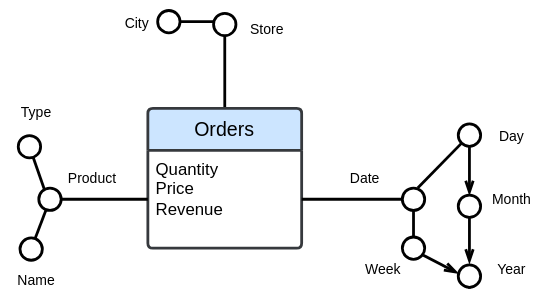
The draw.io diagram DSD/src/img/dimensions.svg in Slocon00/DSS-2526-notes, before a commit. Source tidied: cells renumbered, new cells last; positions are measured from the earlier drawing's top-left corner, leaving out a move shared by most shapes. The source it was exported from:
```xml
<mxGraphModel>
  <root>
    <mxCell id="0" />
    <mxCell id="1" parent="0" />
    <mxCell id="2" style="edgeStyle=orthogonalEdgeStyle;rounded=0;jettySize=auto;html=1;endArrow=circle;endFill=0;strokeWidth=2;" parent="1" edge="1" source="3">
      <mxGeometry relative="1" as="geometry">
        <mxPoint x="160" y="6" as="targetPoint" />
      </mxGeometry>
    </mxCell>
    <mxCell id="3" value="Orders" style="swimlane;horizontal=1;startSize=30;rounded=1;fontSize=14;fontStyle=0;strokeWidth=2;shadow=0;dashed=0;align=center;arcSize=4;whiteSpace=wrap;html=1;fillColor=#cce5ff;strokeColor=#36393d;" parent="1" vertex="1">
      <mxGeometry x="105" y="76" width="110" height="100" as="geometry" />
    </mxCell>
    <mxCell id="4" value="Quantity&lt;br&gt;Price&lt;br&gt;&lt;div&gt;Revenue&lt;/div&gt;" style="align=left;strokeColor=none;fillColor=none;spacingLeft=4;fontSize=12;verticalAlign=top;html=1;" parent="3" vertex="1">
      <mxGeometry y="30" width="110" height="70" as="geometry" />
    </mxCell>
    <mxCell id="5" value="Store" style="text;html=1;align=center;verticalAlign=middle;strokeColor=none;fillColor=none;fontSize=10;" parent="1" vertex="1">
      <mxGeometry x="165" y="4" width="50" height="30" as="geometry" />
    </mxCell>
    <mxCell id="6" style="edgeStyle=orthogonalEdgeStyle;rounded=0;jettySize=auto;html=1;endArrow=circle;endFill=0;strokeWidth=2;" parent="1" edge="1" source="4">
      <mxGeometry relative="1" as="geometry">
        <mxPoint x="305" y="141" as="targetPoint" />
      </mxGeometry>
    </mxCell>
    <mxCell id="7" value="Date" style="text;html=1;align=center;verticalAlign=middle;strokeColor=none;fillColor=none;fontSize=10;" parent="1" vertex="1">
      <mxGeometry x="240" y="111" width="40" height="30" as="geometry" />
    </mxCell>
    <mxCell id="8" style="endArrow=circle;html=1;rounded=0;strokeWidth=2;endFill=0;" parent="1" edge="1">
      <mxGeometry relative="1" as="geometry">
        <mxPoint x="298" y="133" as="sourcePoint" />
        <mxPoint x="342" y="88" as="targetPoint" />
      </mxGeometry>
    </mxCell>
    <mxCell id="9" value="Day" style="text;html=1;align=center;verticalAlign=middle;strokeColor=none;fillColor=none;fontSize=10;" parent="1" vertex="1">
      <mxGeometry x="345" y="81" width="40" height="30" as="geometry" />
    </mxCell>
    <mxCell id="10" style="endArrow=circle;html=1;rounded=0;strokeWidth=2;endFill=0;" parent="1" edge="1">
      <mxGeometry relative="1" as="geometry">
        <mxPoint x="295" y="149" as="sourcePoint" />
        <mxPoint x="295" y="186" as="targetPoint" />
      </mxGeometry>
    </mxCell>
    <mxCell id="11" value="Week" style="text;html=1;align=center;verticalAlign=middle;strokeColor=none;fillColor=none;fontSize=10;" parent="1" vertex="1">
      <mxGeometry x="248" y="176" width="50" height="30" as="geometry" />
    </mxCell>
    <mxCell id="12" value="Month" style="text;html=1;align=center;verticalAlign=middle;strokeColor=none;fillColor=none;fontSize=10;" parent="1" vertex="1">
      <mxGeometry x="340" y="126" width="50" height="30" as="geometry" />
    </mxCell>
    <mxCell id="13" value="Year" style="text;html=1;align=center;verticalAlign=middle;strokeColor=none;fillColor=none;fontSize=10;" parent="1" vertex="1">
      <mxGeometry x="345" y="176" width="40" height="30" as="geometry" />
    </mxCell>
    <mxCell id="14" style="endArrow=openThin;html=1;rounded=0;strokeWidth=2;endFill=0;" parent="1" edge="1">
      <mxGeometry relative="1" as="geometry">
        <mxPoint x="335" y="103" as="sourcePoint" />
        <mxPoint x="335" y="138" as="targetPoint" />
      </mxGeometry>
    </mxCell>
    <mxCell id="15" style="endArrow=circle;html=1;rounded=0;strokeWidth=2;endFill=0;startArrow=openThin;startFill=0;" parent="1" edge="1">
      <mxGeometry relative="1" as="geometry">
        <mxPoint x="335" y="187" as="sourcePoint" />
        <mxPoint x="335" y="136" as="targetPoint" />
      </mxGeometry>
    </mxCell>
    <mxCell id="16" style="endArrow=circle;html=1;rounded=0;strokeWidth=2;endFill=0;startArrow=none;startFill=0;" parent="1" edge="1">
      <mxGeometry relative="1" as="geometry">
        <mxPoint x="335" y="205" as="sourcePoint" />
        <mxPoint x="335" y="186" as="targetPoint" />
      </mxGeometry>
    </mxCell>
    <mxCell id="17" style="endArrow=none;html=1;rounded=0;startArrow=openThin;startFill=0;strokeWidth=2;" parent="1" edge="1">
      <mxGeometry relative="1" as="geometry">
        <mxPoint x="327" y="194" as="sourcePoint" />
        <mxPoint x="302" y="181" as="targetPoint" />
      </mxGeometry>
    </mxCell>
    <mxCell id="18" style="edgeStyle=orthogonalEdgeStyle;rounded=0;jettySize=auto;html=1;endArrow=circle;endFill=0;strokeWidth=2;" parent="1" edge="1" source="4">
      <mxGeometry relative="1" as="geometry">
        <mxPoint x="25" y="141" as="targetPoint" />
      </mxGeometry>
    </mxCell>
    <mxCell id="19" value="Product" style="text;html=1;align=center;verticalAlign=middle;strokeColor=none;fillColor=none;fontSize=10;" parent="1" vertex="1">
      <mxGeometry x="35" y="111" width="60" height="30" as="geometry" />
    </mxCell>
    <mxCell id="20" style="endArrow=circle;html=1;rounded=0;strokeWidth=2;startArrow=none;startFill=0;endFill=0;" parent="1" edge="1">
      <mxGeometry relative="1" as="geometry">
        <mxPoint x="32" y="149" as="sourcePoint" />
        <mxPoint x="18" y="186" as="targetPoint" />
      </mxGeometry>
    </mxCell>
    <mxCell id="21" value="Name" style="text;html=1;align=center;verticalAlign=middle;strokeColor=none;fillColor=none;fontSize=10;" parent="1" vertex="1">
      <mxGeometry y="184" width="50" height="30" as="geometry" />
    </mxCell>
    <mxCell id="22" value="City" style="text;html=1;align=center;verticalAlign=middle;strokeColor=none;fillColor=none;fontSize=10;" parent="1" vertex="1">
      <mxGeometry x="77" width="40" height="30" as="geometry" />
    </mxCell>
    <mxCell id="23" style="endArrow=circle;html=1;rounded=0;strokeWidth=2;startArrow=none;startFill=0;endFill=0;" parent="1" edge="1">
      <mxGeometry relative="1" as="geometry">
        <mxPoint x="152" y="14" as="sourcePoint" />
        <mxPoint x="110" y="14" as="targetPoint" />
      </mxGeometry>
    </mxCell>
    <mxCell id="24" style="endArrow=circle;html=1;rounded=0;strokeWidth=2;startArrow=none;startFill=0;endFill=0;" parent="1" edge="1">
      <mxGeometry relative="1" as="geometry">
        <mxPoint x="31" y="134" as="sourcePoint" />
        <mxPoint x="17" y="94" as="targetPoint" />
      </mxGeometry>
    </mxCell>
    <mxCell id="25" value="Type" style="text;html=1;align=center;verticalAlign=middle;strokeColor=none;fillColor=none;fontSize=10;" parent="1" vertex="1">
      <mxGeometry y="64" width="50" height="30" as="geometry" />
    </mxCell>
  </root>
</mxGraphModel>
```
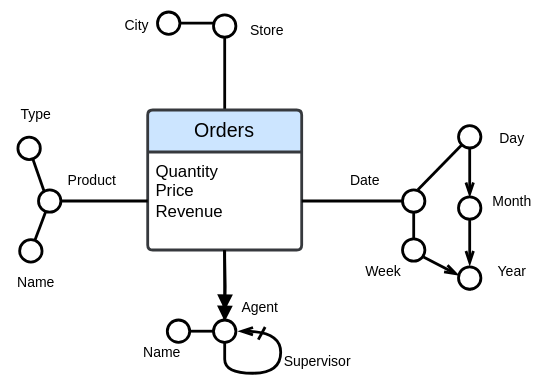
The same diagram one commit later.

Change to the diagram source:
```diff
@@ -7,6 +7,11 @@
         <mxPoint x="160" y="6" as="targetPoint" />
       </mxGeometry>
     </mxCell>
+    <mxCell id="26" style="edgeStyle=orthogonalEdgeStyle;rounded=0;jettySize=auto;html=1;strokeWidth=2;endArrow=circle;endFill=0;" parent="1" edge="1" source="3">
+      <mxGeometry relative="1" as="geometry">
+        <mxPoint x="160" y="244" as="targetPoint" />
+      </mxGeometry>
+    </mxCell>
     <mxCell id="3" value="Orders" style="swimlane;horizontal=1;startSize=30;rounded=1;fontSize=14;fontStyle=0;strokeWidth=2;shadow=0;dashed=0;align=center;arcSize=4;whiteSpace=wrap;html=1;fillColor=#cce5ff;strokeColor=#36393d;" parent="1" vertex="1">
       <mxGeometry x="105" y="76" width="110" height="100" as="geometry" />
     </mxCell>
@@ -107,5 +112,44 @@
     <mxCell id="25" value="Type" style="text;html=1;align=center;verticalAlign=middle;strokeColor=none;fillColor=none;fontSize=10;" parent="1" vertex="1">
       <mxGeometry y="64" width="50" height="30" as="geometry" />
     </mxCell>
+    <mxCell id="27" value="Agent" style="text;html=1;align=center;verticalAlign=middle;strokeColor=none;fillColor=none;fontSize=10;" parent="1" vertex="1">
+      <mxGeometry x="160" y="202" width="50" height="30" as="geometry" />
+    </mxCell>
+    <mxCell id="28" style="endArrow=circle;html=1;rounded=0;strokeWidth=2;startArrow=none;startFill=0;endFill=0;" parent="1" edge="1">
+      <mxGeometry relative="1" as="geometry">
+        <mxPoint x="152" y="234" as="sourcePoint" />
+        <mxPoint x="117" y="234" as="targetPoint" />
+      </mxGeometry>
+    </mxCell>
+    <mxCell id="29" value="Name" style="text;html=1;align=center;verticalAlign=middle;strokeColor=none;fillColor=none;fontSize=10;" parent="1" vertex="1">
+      <mxGeometry x="90" y="234" width="50" height="30" as="geometry" />
+    </mxCell>
+    <mxCell id="30" style="endArrow=openThin;html=1;rounded=0;edgeStyle=orthogonalEdgeStyle;curved=1;endFill=0;strokeWidth=2;" parent="1" edge="1">
+      <mxGeometry relative="1" as="geometry">
+        <mxPoint x="160" y="242" as="sourcePoint" />
+        <mxPoint x="170" y="234" as="targetPoint" />
+        <Array as="points">
+          <mxPoint x="160" y="244" />
+          <mxPoint x="160" y="264" />
+          <mxPoint x="200" y="264" />
+          <mxPoint x="200" y="234" />
+        </Array>
+      </mxGeometry>
+    </mxCell>
+    <mxCell id="31" style="endArrow=none;html=1;rounded=0;strokeWidth=2;" parent="1" edge="1">
+      <mxGeometry relative="1" as="geometry">
+        <mxPoint x="184" y="240" as="sourcePoint" />
+        <mxPoint x="188.9" y="231" as="targetPoint" />
+      </mxGeometry>
+    </mxCell>
+    <mxCell id="32" value="Supervisor" style="text;html=1;align=center;verticalAlign=middle;strokeColor=none;fillColor=none;fontSize=10;" parent="1" vertex="1">
+      <mxGeometry x="191" y="240" width="70" height="30" as="geometry" />
+    </mxCell>
+    <mxCell id="33" style="edgeStyle=orthogonalEdgeStyle;rounded=0;orthogonalLoop=1;jettySize=auto;html=1;strokeWidth=2;endArrow=doubleBlock;endFill=1;" parent="1" edge="1">
+      <mxGeometry relative="1" as="geometry">
+        <mxPoint x="159.8" y="176" as="sourcePoint" />
+        <mxPoint x="160" y="227" as="targetPoint" />
+      </mxGeometry>
+    </mxCell>
   </root>
 </mxGraphModel>
```
